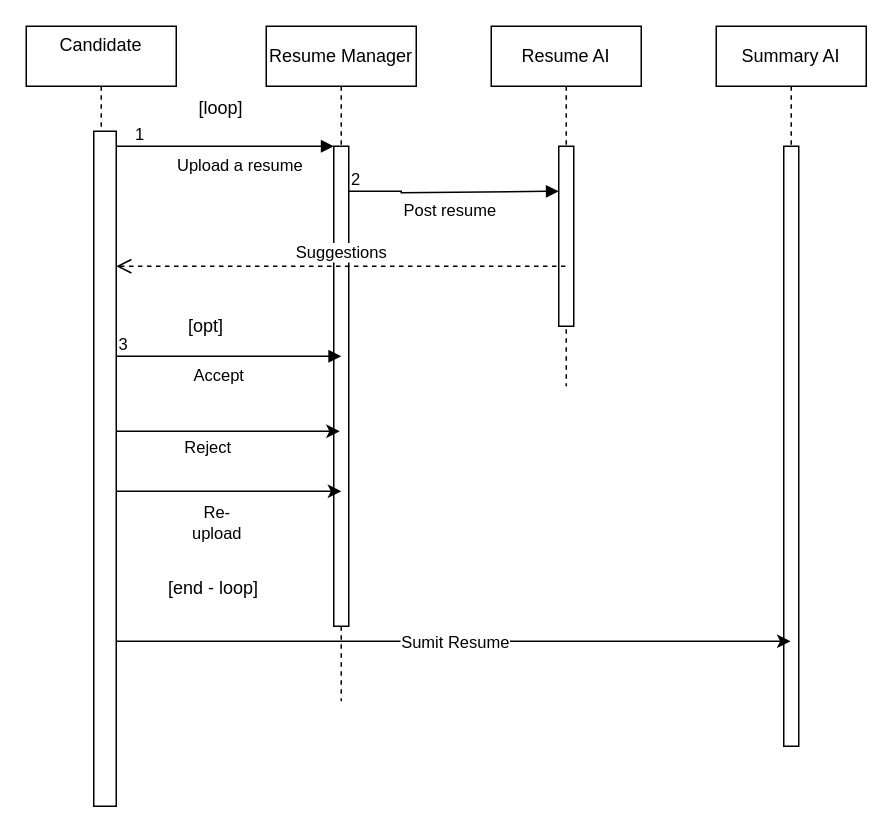
Before: Usecases/RawImages/Candidate-submission.drawio in SK11GS/Builders-Glitch, a draw.io diagram. Source tidied: cells renumbered, new cells numbered last; positions are measured from the earlier drawing's top-left corner, leaving out a move shared by most shapes. Both pictures are drawn from the tidied source at 150%, with x=0, y=0 at pixel (26, 26).
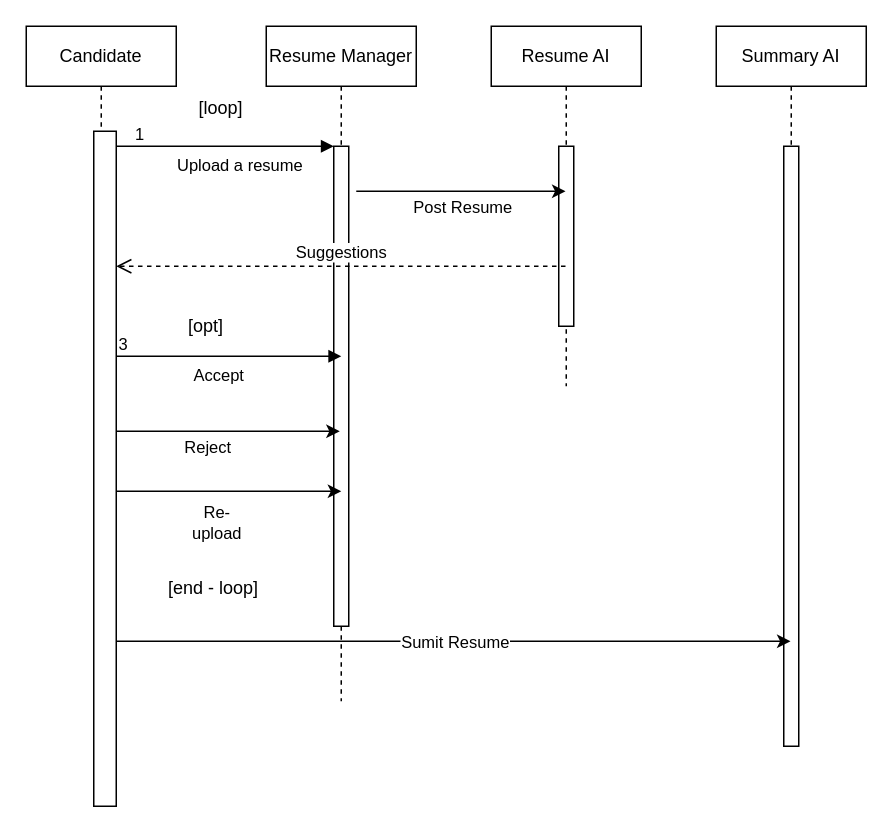
The same diagram, later.

Unchanged cells that the change refers to:
```xml
<mxCell id="5" style="html=1;points=[];perimeter=orthogonalPerimeter;outlineConnect=0;targetShapes=umlLifeline;portConstraint=eastwest;newEdgeStyle={&quot;edgeStyle&quot;:&quot;elbowEdgeStyle&quot;,&quot;elbow&quot;:&quot;vertical&quot;,&quot;curved&quot;:0,&quot;rounded&quot;:0};" parent="4" vertex="1">
  <mxGeometry x="45" y="80" width="10" height="320" as="geometry" />
</mxCell>
<mxCell id="6" value="&lt;div&gt;Resume AI&lt;/div&gt;" style="shape=umlLifeline;perimeter=lifelinePerimeter;whiteSpace=wrap;html=1;outlineConnect=0;portConstraint=eastwest;newEdgeStyle={&quot;edgeStyle&quot;:&quot;elbowEdgeStyle&quot;,&quot;elbow&quot;:&quot;vertical&quot;,&quot;curved&quot;:0,&quot;rounded&quot;:0};" parent="1" vertex="1">
  <mxGeometry x="310" width="100" height="240" as="geometry" />
</mxCell>
```

Change to the diagram source:
```diff
@@
-    <mxCell id="2" value="Candidate&lt;div&gt;&lt;br&gt;&lt;/div&gt;" style="shape=umlLifeline;perimeter=lifelinePerimeter;whiteSpace=wrap;html=1;newEdgeStyle={&quot;edgeStyle&quot;:&quot;elbowEdgeStyle&quot;,&quot;elbow&quot;:&quot;vertical&quot;,&quot;curved&quot;:0,&quot;rounded&quot;:0};" parent="1" vertex="1">
+    <mxCell id="2" value="Candidate" style="shape=umlLifeline;perimeter=lifelinePerimeter;whiteSpace=wrap;html=1;newEdgeStyle={&quot;edgeStyle&quot;:&quot;elbowEdgeStyle&quot;,&quot;elbow&quot;:&quot;vertical&quot;,&quot;curved&quot;:0,&quot;rounded&quot;:0};" parent="1" vertex="1">
       <mxGeometry width="100" height="520" as="geometry" />
     </mxCell>
@@
-    <mxCell id="11" value="Post resume" style="endArrow=block;endFill=1;html=1;edgeStyle=orthogonalEdgeStyle;align=left;verticalAlign=top;rounded=0;" parent="1" edge="1" source="5">
-      <mxGeometry x="-0.5" relative="1" as="geometry">
-        <mxPoint x="355" y="110" as="targetPoint" />
-        <Array as="points">
-          <mxPoint x="250" y="110" />
-          <mxPoint x="250" y="111" />
-        </Array>
-      </mxGeometry>
-    </mxCell>
-    <mxCell id="12" value="2" style="edgeLabel;html=1;align=left;verticalAlign=bottom;" parent="11" vertex="1">
-      <mxGeometry x="-1" relative="1" as="geometry" />
-    </mxCell>
@@
+    <mxCell id="26" style="endArrow=classic;html=1;rounded=0;" parent="1" edge="1" target="6">
+      <mxGeometry relative="1" as="geometry">
+        <mxPoint x="220" y="110" as="sourcePoint" />
+      </mxGeometry>
+    </mxCell>
+    <mxCell id="27" value="Post Resume" style="edgeLabel;html=1;align=center;verticalAlign=middle;" parent="26" vertex="1">
+      <mxGeometry relative="1" as="geometry">
+        <mxPoint y="10" as="offset" />
+      </mxGeometry>
+    </mxCell>
```
